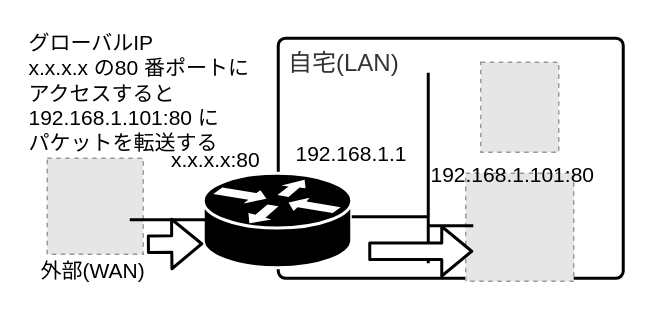
a6s-cloud/grouscope-books keeps this draw.io diagram as images/chap05/0062_HomServerPortForward.drawio. Above is the earlier version. Source tidied: cells renumbered, new cells numbered last; positions are measured from the earlier drawing's top-left corner, leaving out a move shared by most shapes. Both pictures are drawn from the tidied source at 150%, with x=0, y=0 at pixel (26, 26). Pictures stored in the file or linked from it are replaced by grey dashed boxes.
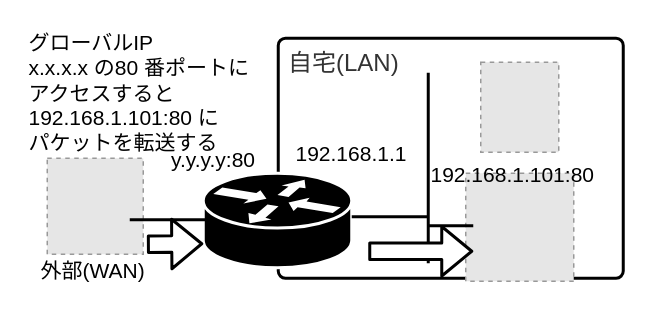
The same diagram, later.

Commit message (it also covers changes not shown here):
ポートフォワードの画像を更新

Change to the diagram source:
```diff
@@
-    <mxCell id="5" value="&lt;span style=&quot;font-size: 14px&quot;&gt;x.x.x.x:80&lt;/span&gt;" style="text;html=1;align=left;verticalAlign=top;spacingTop=-4;" parent="1" vertex="1">
-      <mxGeometry x="94.5" y="78" width="80" height="20" as="geometry" />
+    <mxCell id="5" value="&lt;span style=&quot;font-size: 14px&quot;&gt;y.y.y.y:80&lt;/span&gt;" style="text;html=1;align=left;verticalAlign=top;spacingTop=-4;" parent="1" vertex="1">
+      <mxGeometry x="94.5" y="78" width="70" height="20" as="geometry" />
     </mxCell>
```
